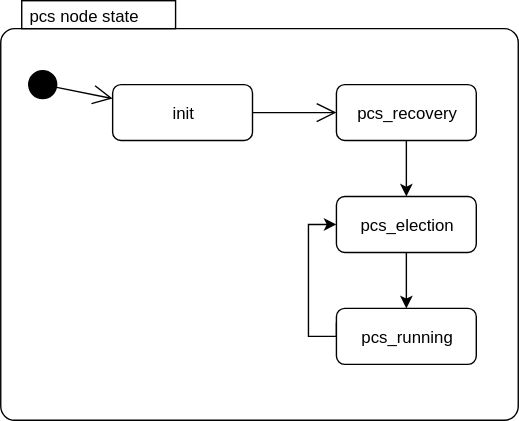
This is attachments/1670310960410.drawio.svg from simbahebinbo/smallfat.github.io, a draw.io export, as it was before one commit. Source tidied: cells renumbered, new cells last; positions are measured from the earlier drawing's top-left corner, leaving out a move shared by most shapes.
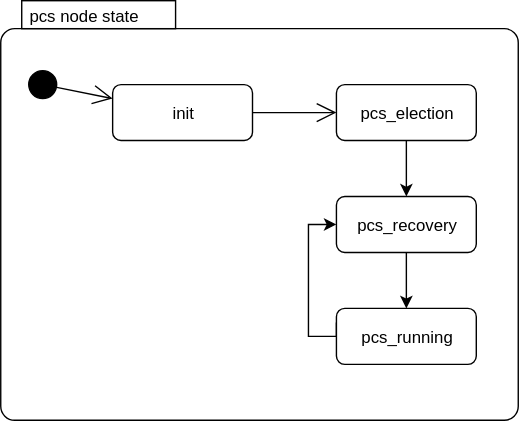
Above is the later version.

Commit message:
添加附件 : attachments/1670310960410.drawio.svg

Change to the diagram source:
```diff
@@ -14,7 +14,7 @@
     <mxCell id="5" style="edgeStyle=orthogonalEdgeStyle;rounded=0;jettySize=auto;html=1;exitX=0.5;exitY=1;exitDx=0;exitDy=0;entryX=0.5;entryY=0;entryDx=0;entryDy=0;" parent="2" edge="1" source="6" target="10">
       <mxGeometry relative="1" as="geometry" />
     </mxCell>
-    <mxCell id="6" value="pcs_recovery" style="strokeColor=inherit;fillColor=inherit;gradientColor=inherit;shape=rect;html=1;rounded=1;whiteSpace=wrap;align=center;" parent="2" vertex="1">
+    <mxCell id="6" value="pcs_election" style="strokeColor=inherit;fillColor=inherit;gradientColor=inherit;shape=rect;html=1;rounded=1;whiteSpace=wrap;align=center;" parent="2" vertex="1">
       <mxGeometry x="240" y="60" width="100" height="40" as="geometry" />
     </mxCell>
     <mxCell id="7" style="strokeColor=inherit;fillColor=inherit;gradientColor=inherit;edgeStyle=none;html=1;endArrow=open;endSize=12;" parent="2" edge="1" source="3" target="4">
@@ -26,7 +26,7 @@
     <mxCell id="9" style="edgeStyle=orthogonalEdgeStyle;rounded=0;jettySize=auto;html=1;" parent="2" edge="1" source="10" target="12">
       <mxGeometry relative="1" as="geometry" />
     </mxCell>
-    <mxCell id="10" value="pcs_election" style="strokeColor=inherit;fillColor=inherit;gradientColor=inherit;shape=rect;html=1;rounded=1;whiteSpace=wrap;align=center;" parent="2" vertex="1">
+    <mxCell id="10" value="pcs_recovery" style="strokeColor=inherit;fillColor=inherit;gradientColor=inherit;shape=rect;html=1;rounded=1;whiteSpace=wrap;align=center;" parent="2" vertex="1">
       <mxGeometry x="240" y="140" width="100" height="40" as="geometry" />
     </mxCell>
     <mxCell id="11" style="edgeStyle=orthogonalEdgeStyle;rounded=0;jettySize=auto;html=1;exitX=0;exitY=0.25;exitDx=0;exitDy=0;entryX=0;entryY=0.5;entryDx=0;entryDy=0;" parent="2" edge="1" source="12" target="10">
```
